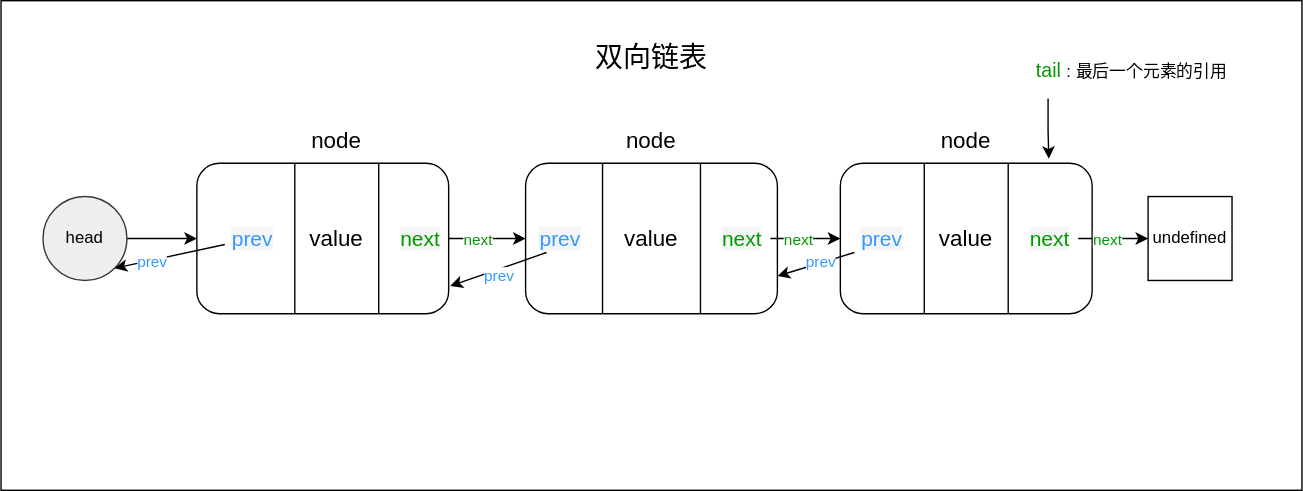
The draw.io diagram Linked/images/doubleLinked.drawio.svg in alphazhangyz/DataStructures, before a commit. Source tidied: cells renumbered, new cells last; positions are measured from the earlier drawing's top-left corner, leaving out a move shared by most shapes.
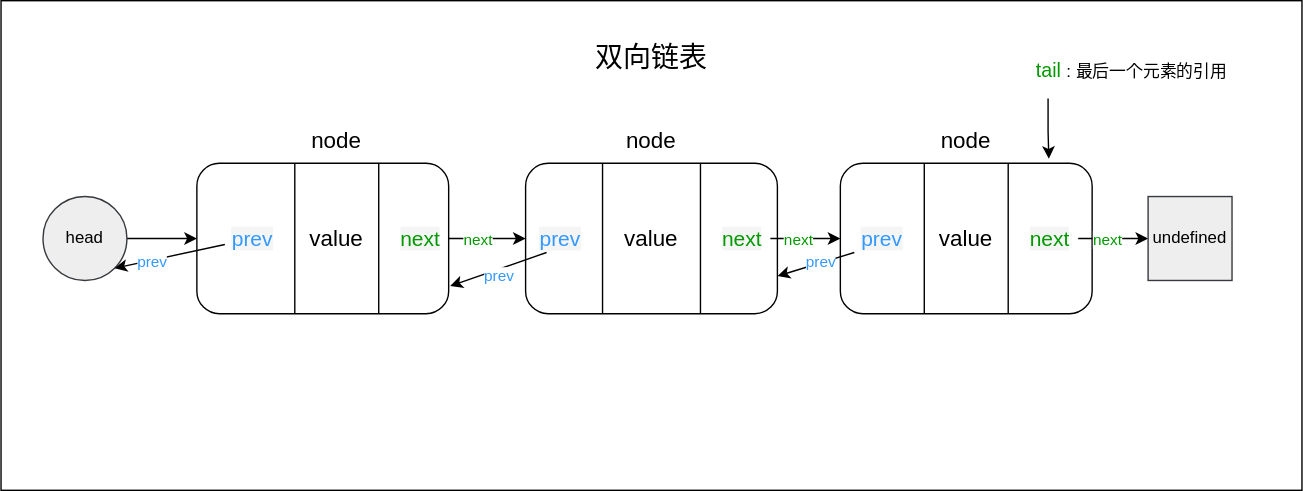
After the commit.

Change to the diagram source:
```diff
@@ -122,7 +122,7 @@
         <mxPoint x="748.5" y="70" as="sourcePoint" />
       </mxGeometry>
     </mxCell>
-    <mxCell id="34" value="undefined" style="whiteSpace=wrap;html=1;fillColor=none;" parent="1" vertex="1">
+    <mxCell id="34" value="undefined" style="whiteSpace=wrap;html=1;fillColor=#eeeeee;strokeColor=#36393d;" parent="1" vertex="1">
       <mxGeometry x="820" y="140" width="60" height="60" as="geometry" />
     </mxCell>
     <mxCell id="35" value="&lt;font style=&quot;font-size: 14px&quot; color=&quot;#009900&quot;&gt;tail&lt;/font&gt;: 最后一个元素的引用" style="text;html=1;strokeColor=none;fillColor=none;align=center;verticalAlign=middle;whiteSpace=wrap;rounded=0;" parent="1" vertex="1">
```
